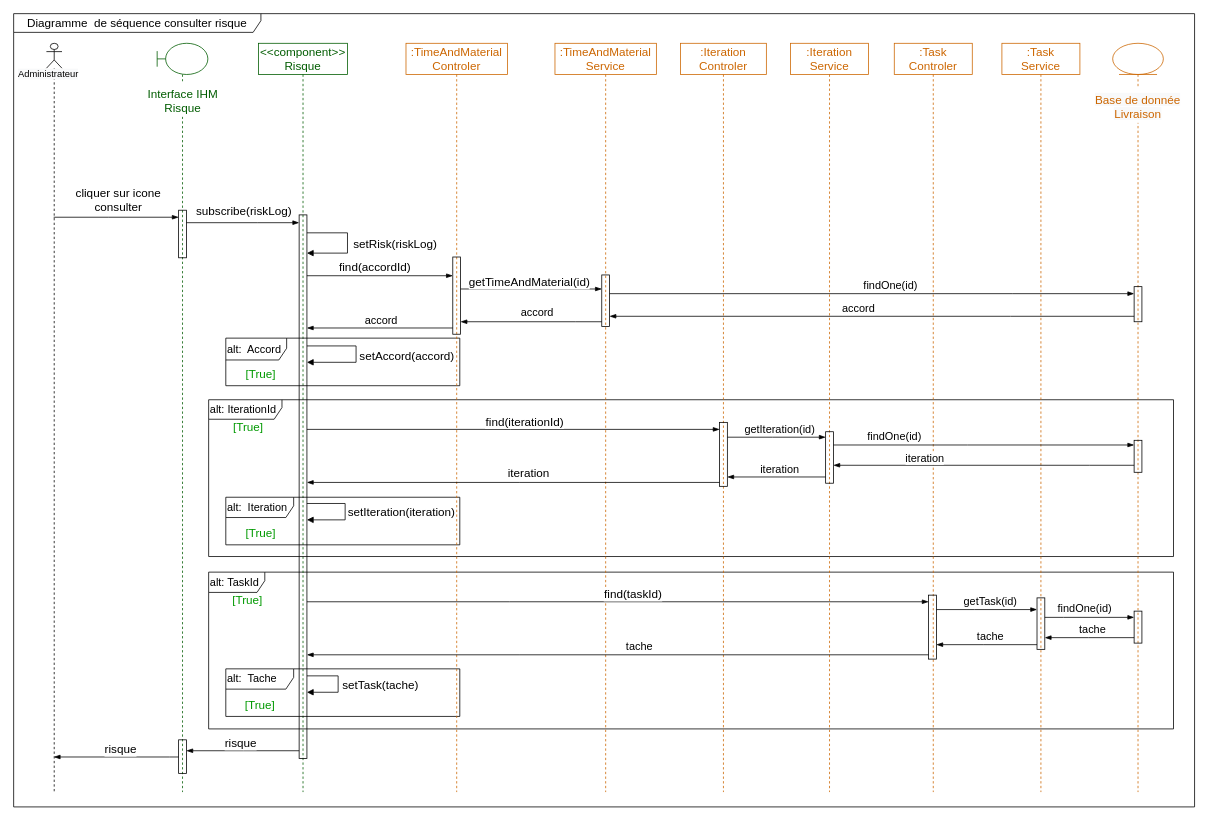
Above: page "Page-2" (2 of 2) of Change_Risk/RiskDiagrammeSequence.drawio in ZidiMedAmine/UML (draw.io), before the change. Source tidied: cells renumbered, new cells numbered last; positions are measured from the earlier drawing's top-left corner, leaving out a move shared by most shapes. Both pictures are drawn from the tidied source at 78%, with x=0, y=0 at pixel (13, 13).
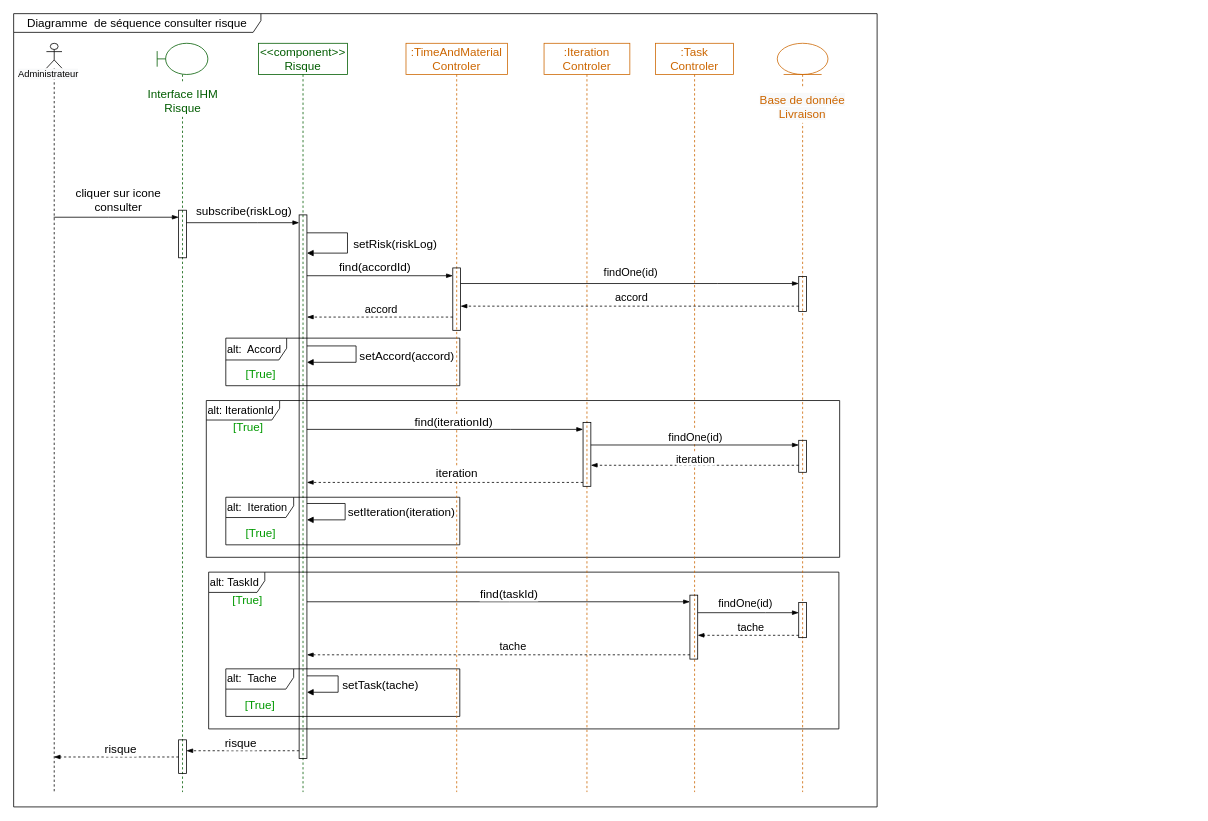
After the change.

Commit message:
Mettre à jour RiskDiagrammeSequence.drawio

Unchanged cells that the change refers to:
```xml
<mxCell id="4" style="shape=umlLifeline;participant=umlActor;perimeter=lifelinePerimeter;whiteSpace=wrap;html=1;verticalAlign=top;spacingTop=36;outlineConnect=0;fillColor=none;size=32;sketch=0;shadow=0;rounded=0;glass=0;" parent="1" vertex="1">
  <mxGeometry x="42" y="38" width="20" height="960" as="geometry" />
</mxCell>
<mxCell id="8" style="html=1;points=[];perimeter=orthogonalPerimeter;rounded=0;shadow=0;glass=0;sketch=0;fontSize=15;fillColor=none;" parent="6" vertex="1">
  <mxGeometry x="27.5" y="893" width="10" height="43" as="geometry" />
</mxCell>
<mxCell id="13" value="&amp;lt;&amp;lt;component&amp;gt;&amp;gt;&lt;br&gt;Risque" style="shape=umlLifeline;perimeter=lifelinePerimeter;whiteSpace=wrap;html=1;rounded=0;shadow=0;glass=0;sketch=0;fillColor=none;fontSize=15;fontColor=#005C00;strokeColor=#005C00;" parent="1" vertex="1">
  <mxGeometry x="314" y="38" width="114" height="960" as="geometry" />
</mxCell>
<mxCell id="18" style="html=1;points=[];perimeter=orthogonalPerimeter;fontSize=15;fillColor=none;rounded=0;shadow=0;glass=0;sketch=0;" parent="13" vertex="1">
  <mxGeometry x="52" y="220" width="10" height="697" as="geometry" />
</mxCell>
<mxCell id="33" value=":TimeAndMaterial&lt;br&gt;Controler" style="shape=umlLifeline;perimeter=lifelinePerimeter;whiteSpace=wrap;html=1;rounded=0;shadow=0;glass=0;sketch=0;fillColor=none;fontSize=15;fontColor=#CC6600;strokeColor=#CC6600;" parent="1" vertex="1">
  <mxGeometry x="503" y="38" width="130" height="960" as="geometry" />
</mxCell>
<mxCell id="40" style="html=1;points=[];perimeter=orthogonalPerimeter;rounded=0;shadow=0;glass=0;sketch=0;fontSize=15;fillColor=none;" parent="37" vertex="1">
  <mxGeometry x="27.5" y="509" width="10" height="41" as="geometry" />
</mxCell>
<mxCell id="43" style="html=1;points=[];perimeter=orthogonalPerimeter;rounded=0;shadow=0;glass=0;sketch=0;fontSize=15;fillColor=none;" parent="42" vertex="1">
  <mxGeometry x="50" y="486" width="10" height="82" as="geometry" />
</mxCell>
<mxCell id="47" style="html=1;points=[];perimeter=orthogonalPerimeter;rounded=0;shadow=0;glass=0;sketch=0;fontSize=15;fillColor=none;" parent="46" vertex="1">
  <mxGeometry x="44" y="707.5" width="10" height="82" as="geometry" />
</mxCell>
```

What changed in the source:
```diff
@@
+    <mxCell id="15" value="alt: IterationId" style="shape=umlFrame;whiteSpace=wrap;html=1;labelBackgroundColor=none;fontSize=14;fontColor=#000000;strokeColor=#000000;fillColor=none;width=94;height=25;align=left;" parent="1" vertex="1">
+      <mxGeometry x="247" y="496" width="812" height="201" as="geometry" />
+    </mxCell>
     <mxCell id="2" value="Diagramme&amp;nbsp; de séquence consulter&amp;nbsp;&lt;span style=&quot;background-color: rgb(255, 255, 255);&quot;&gt;risque&lt;/span&gt;" style="shape=umlFrame;whiteSpace=wrap;html=1;rounded=0;shadow=0;glass=0;sketch=0;fontSize=15;fillColor=none;width=317;height=24;" parent="1" vertex="1">
-      <mxGeometry width="1514" height="1017" as="geometry" />
+      <mxGeometry width="1107" height="1017" as="geometry" />
     </mxCell>
     <mxCell id="3" value="alt: TaskId" style="shape=umlFrame;whiteSpace=wrap;html=1;labelBackgroundColor=none;fontSize=14;fontColor=#000000;strokeColor=#000000;fillColor=none;width=72;height=26;align=left;" parent="1" vertex="1">
-      <mxGeometry x="250" y="716" width="1237" height="201" as="geometry" />
+      <mxGeometry x="250" y="716" width="808" height="201" as="geometry" />
     </mxCell>
@@
-    <mxCell id="15" value="alt: IterationId" style="shape=umlFrame;whiteSpace=wrap;html=1;labelBackgroundColor=none;fontSize=14;fontColor=#000000;strokeColor=#000000;fillColor=none;width=94;height=25;align=left;" parent="13" vertex="1">
-      <mxGeometry x="-64" y="457" width="1237" height="201" as="geometry" />
-    </mxCell>
@@
     <mxCell id="34" style="html=1;points=[];perimeter=orthogonalPerimeter;rounded=0;shadow=0;glass=0;sketch=0;fontSize=15;fillColor=none;" parent="33" vertex="1">
-      <mxGeometry x="60" y="274" width="10" height="99" as="geometry" />
+      <mxGeometry x="60" y="288" width="10" height="80" as="geometry" />
     </mxCell>
-    <mxCell id="35" value=":TimeAndMaterial&lt;br&gt;Service" style="shape=umlLifeline;perimeter=lifelinePerimeter;whiteSpace=wrap;html=1;rounded=0;shadow=0;glass=0;sketch=0;fillColor=none;fontSize=15;fontColor=#CC6600;strokeColor=#CC6600;" parent="1" vertex="1">
-      <mxGeometry x="694" y="38" width="130" height="960" as="geometry" />
-    </mxCell>
-    <mxCell id="36" style="html=1;points=[];perimeter=orthogonalPerimeter;rounded=0;shadow=0;glass=0;sketch=0;fontSize=15;fillColor=none;" parent="35" vertex="1">
-      <mxGeometry x="60" y="297" width="10" height="66" as="geometry" />
-    </mxCell>
     <mxCell id="37" style="shape=umlLifeline;participant=umlEntity;perimeter=lifelinePerimeter;whiteSpace=wrap;html=1;verticalAlign=top;spacingTop=36;rounded=0;shadow=0;glass=0;sketch=0;fontSize=15;fillColor=none;fontColor=#CC6600;strokeColor=#CC6600;" parent="1" vertex="1">
-      <mxGeometry x="1409" y="38" width="65" height="960" as="geometry" />
+      <mxGeometry x="979" y="38" width="65" height="960" as="geometry" />
     </mxCell>
     <mxCell id="38" style="html=1;points=[];perimeter=orthogonalPerimeter;rounded=0;shadow=0;glass=0;sketch=0;fontSize=15;fillColor=none;" parent="37" vertex="1">
-      <mxGeometry x="27.5" y="312" width="10" height="45" as="geometry" />
+      <mxGeometry x="27.5" y="299" width="10" height="45" as="geometry" />
     </mxCell>
@@
     <mxCell id="41" style="html=1;points=[];perimeter=orthogonalPerimeter;rounded=0;shadow=0;glass=0;sketch=0;fontSize=15;fillColor=none;" parent="37" vertex="1">
-      <mxGeometry x="27.5" y="728" width="10" height="41" as="geometry" />
+      <mxGeometry x="27.5" y="717" width="10" height="45" as="geometry" />
     </mxCell>
     <mxCell id="42" value=":Iteration&lt;br&gt;Controler" style="shape=umlLifeline;perimeter=lifelinePerimeter;whiteSpace=wrap;html=1;rounded=0;shadow=0;glass=0;sketch=0;fillColor=none;fontSize=15;fontColor=#CC6600;strokeColor=#CC6600;" parent="1" vertex="1">
-      <mxGeometry x="855" y="38" width="110" height="960" as="geometry" />
+      <mxGeometry x="680" y="38" width="110" height="960" as="geometry" />
     </mxCell>
@@
-    <mxCell id="44" value=":Iteration&lt;br&gt;Service" style="shape=umlLifeline;perimeter=lifelinePerimeter;whiteSpace=wrap;html=1;rounded=0;shadow=0;glass=0;sketch=0;fillColor=none;fontSize=15;fontColor=#CC6600;strokeColor=#CC6600;" parent="1" vertex="1">
-      <mxGeometry x="996" y="38" width="100" height="960" as="geometry" />
-    </mxCell>
-    <mxCell id="45" style="html=1;points=[];perimeter=orthogonalPerimeter;rounded=0;shadow=0;glass=0;sketch=0;fontSize=15;fillColor=none;" parent="44" vertex="1">
-      <mxGeometry x="45" y="498" width="10" height="66" as="geometry" />
-    </mxCell>
     <mxCell id="46" value=":Task&lt;br&gt;Controler" style="shape=umlLifeline;perimeter=lifelinePerimeter;whiteSpace=wrap;html=1;rounded=0;shadow=0;glass=0;sketch=0;fillColor=none;fontSize=15;fontColor=#CC6600;strokeColor=#CC6600;" parent="1" vertex="1">
-      <mxGeometry x="1129" y="38" width="100" height="960" as="geometry" />
+      <mxGeometry x="823" y="38" width="100" height="960" as="geometry" />
     </mxCell>
@@
-    <mxCell id="48" value=":Task&lt;br&gt;Service" style="shape=umlLifeline;perimeter=lifelinePerimeter;whiteSpace=wrap;html=1;rounded=0;shadow=0;glass=0;sketch=0;fillColor=none;fontSize=15;fontColor=#CC6600;strokeColor=#CC6600;" parent="1" vertex="1">
-      <mxGeometry x="1267" y="38" width="100" height="960" as="geometry" />
-    </mxCell>
-    <mxCell id="49" style="edgeStyle=elbowEdgeStyle;fontSize=12;html=1;endArrow=blockThin;endFill=1;rounded=0;fontColor=#005C00;" parent="1" edge="1" source="34" target="36">
-      <mxGeometry relative="1" as="geometry">
-        <Array as="points">
-          <mxPoint x="666" y="353" />
-        </Array>
-      </mxGeometry>
-    </mxCell>
-    <mxCell id="50" value="getTimeAndMaterial(id)" style="edgeLabel;html=1;align=center;verticalAlign=middle;fontColor=#000000;fontSize=15;" parent="49" vertex="1">
-      <mxGeometry x="-0.11" y="3" relative="1" as="geometry">
-        <mxPoint x="6" y="-7" as="offset" />
-      </mxGeometry>
-    </mxCell>
-    <mxCell id="51" style="edgeStyle=elbowEdgeStyle;fontSize=12;html=1;endArrow=blockThin;endFill=1;rounded=0;fontColor=#005C00;" parent="1" edge="1" source="36" target="38">
+    <mxCell id="51" style="edgeStyle=elbowEdgeStyle;fontSize=12;html=1;endArrow=blockThin;endFill=1;rounded=0;fontColor=#005C00;" parent="1" edge="1" source="34" target="38">
       <mxGeometry relative="1" as="geometry">
         <Array as="points">
-          <mxPoint x="1281" y="359" />
+          <mxPoint x="902" y="346" />
         </Array>
       </mxGeometry>
     </mxCell>
     <mxCell id="52" value="&lt;font color=&quot;#000000&quot; style=&quot;font-size: 14px;&quot;&gt;findOne(id)&lt;/font&gt;" style="edgeLabel;html=1;align=center;verticalAlign=middle;fontColor=#005C00;fontSize=14;" parent="51" vertex="1">
       <mxGeometry x="-0.32" relative="1" as="geometry">
-        <mxPoint x="130" y="-12" as="offset" />
+        <mxPoint x="70" y="-15" as="offset" />
       </mxGeometry>
     </mxCell>
-    <mxCell id="53" style="edgeStyle=elbowEdgeStyle;fontSize=12;html=1;endArrow=blockThin;endFill=1;rounded=0;fontColor=#000000;" parent="1" edge="1" source="38" target="36">
+    <mxCell id="53" style="edgeStyle=elbowEdgeStyle;fontSize=12;html=1;endArrow=blockThin;endFill=1;rounded=0;fontColor=#000000;dashed=1;" parent="1" edge="1" source="38" target="34">
       <mxGeometry relative="1" as="geometry">
         <Array as="points">
-          <mxPoint x="1278" y="388" />
+          <mxPoint x="789" y="375" />
         </Array>
       </mxGeometry>
     </mxCell>
     <mxCell id="54" value="accord" style="edgeLabel;html=1;align=center;verticalAlign=middle;fontSize=14;fontColor=#000000;" parent="53" vertex="1">
       <mxGeometry x="0.02" y="-3" relative="1" as="geometry">
-        <mxPoint x="-11" y="-8" as="offset" />
+        <mxPoint x="6" y="-9" as="offset" />
       </mxGeometry>
     </mxCell>
-    <mxCell id="55" style="edgeStyle=elbowEdgeStyle;fontSize=12;html=1;endArrow=blockThin;endFill=1;rounded=0;fontColor=#000000;" parent="1" edge="1" source="36" target="34">
-      <mxGeometry relative="1" as="geometry">
-        <Array as="points">
-          <mxPoint x="720" y="395" />
-        </Array>
-      </mxGeometry>
-    </mxCell>
-    <mxCell id="56" value="accord" style="edgeLabel;html=1;align=center;verticalAlign=middle;fontSize=14;fontColor=#000000;" parent="55" vertex="1">
-      <mxGeometry x="0.2" y="2" relative="1" as="geometry">
-        <mxPoint x="25" y="-15" as="offset" />
-      </mxGeometry>
-    </mxCell>
-    <mxCell id="57" style="edgeStyle=elbowEdgeStyle;fontSize=12;html=1;endArrow=blockThin;endFill=1;rounded=0;fontColor=#000000;" parent="1" edge="1" source="34" target="18">
+    <mxCell id="57" style="edgeStyle=elbowEdgeStyle;fontSize=12;html=1;endArrow=blockThin;endFill=1;rounded=0;fontColor=#000000;dashed=1;" parent="1" edge="1" source="34" target="18">
       <mxGeometry relative="1" as="geometry">
         <Array as="points">
-          <mxPoint x="468" y="403" />
+          <mxPoint x="426" y="389" />
         </Array>
       </mxGeometry>
     </mxCell>
@@
-    <mxCell id="61" style="edgeStyle=elbowEdgeStyle;fontSize=12;html=1;endArrow=blockThin;endFill=1;rounded=0;fontColor=#000000;" parent="1" edge="1" source="43" target="45">
-      <mxGeometry relative="1" as="geometry">
-        <Array as="points">
-          <mxPoint x="973" y="543" />
-        </Array>
-      </mxGeometry>
-    </mxCell>
-    <mxCell id="62" value="&lt;span style=&quot;font-size: 14px;&quot;&gt;getIteration(id)&lt;/span&gt;" style="edgeLabel;html=1;align=center;verticalAlign=middle;fontSize=15;fontColor=#000000;" parent="61" vertex="1">
-      <mxGeometry x="0.3" y="2" relative="1" as="geometry">
-        <mxPoint x="-16" y="-10" as="offset" />
-      </mxGeometry>
-    </mxCell>
-    <mxCell id="63" style="edgeStyle=elbowEdgeStyle;fontSize=12;html=1;endArrow=blockThin;endFill=1;rounded=0;fontColor=#000000;" parent="1" edge="1" source="45" target="40">
+    <mxCell id="63" style="edgeStyle=elbowEdgeStyle;fontSize=12;html=1;endArrow=blockThin;endFill=1;rounded=0;fontColor=#000000;" parent="1" edge="1" source="43" target="40">
       <mxGeometry relative="1" as="geometry">
         <Array as="points">
-          <mxPoint x="1223" y="553" />
+          <mxPoint x="873" y="553" />
         </Array>
       </mxGeometry>
     </mxCell>
     <mxCell id="64" value="&lt;span style=&quot;font-size: 14px;&quot;&gt;findOne(id)&lt;/span&gt;" style="edgeLabel;html=1;align=center;verticalAlign=middle;fontSize=15;fontColor=#000000;" parent="63" vertex="1">
       <mxGeometry x="0.3" y="2" relative="1" as="geometry">
-        <mxPoint x="-174" y="-11" as="offset" />
+        <mxPoint x="-40" y="-10" as="offset" />
       </mxGeometry>
     </mxCell>
-    <mxCell id="65" style="edgeStyle=elbowEdgeStyle;fontSize=12;html=1;endArrow=blockThin;endFill=1;rounded=0;fontColor=#000000;" parent="1" edge="1" source="40" target="45">
+    <mxCell id="65" style="edgeStyle=elbowEdgeStyle;fontSize=12;html=1;endArrow=blockThin;endFill=1;rounded=0;fontColor=#000000;dashed=1;" parent="1" edge="1" source="40" target="43">
       <mxGeometry relative="1" as="geometry">
         <Array as="points">
-          <mxPoint x="1379" y="579" />
+          <mxPoint x="876" y="579" />
         </Array>
       </mxGeometry>
     </mxCell>
     <mxCell id="66" value="iteration" style="edgeLabel;html=1;align=center;verticalAlign=middle;fontSize=14;fontColor=#000000;" parent="65" vertex="1">
       <mxGeometry x="0.02" y="-3" relative="1" as="geometry">
-        <mxPoint x="-72" y="-7" as="offset" />
+        <mxPoint x="3" y="-6" as="offset" />
       </mxGeometry>
     </mxCell>
-    <mxCell id="67" style="edgeStyle=elbowEdgeStyle;fontSize=12;html=1;endArrow=blockThin;endFill=1;rounded=0;fontColor=#000000;" parent="1" edge="1" source="45" target="43">
-      <mxGeometry relative="1" as="geometry">
-        <Array as="points">
-          <mxPoint x="989" y="594" />
-        </Array>
-      </mxGeometry>
-    </mxCell>
-    <mxCell id="68" value="iteration" style="edgeLabel;html=1;align=center;verticalAlign=middle;fontSize=14;fontColor=#000000;" parent="67" vertex="1">
-      <mxGeometry x="0.2" y="2" relative="1" as="geometry">
-        <mxPoint x="16" y="-13" as="offset" />
-      </mxGeometry>
-    </mxCell>
-    <mxCell id="69" style="edgeStyle=elbowEdgeStyle;fontSize=12;html=1;endArrow=blockThin;endFill=1;rounded=0;fontColor=#000000;" parent="1" edge="1" source="43" target="18">
+    <mxCell id="69" style="edgeStyle=elbowEdgeStyle;fontSize=12;html=1;endArrow=blockThin;endFill=1;rounded=0;fontColor=#000000;dashed=1;" parent="1" edge="1" source="43" target="18">
       <mxGeometry relative="1" as="geometry">
         <Array as="points">
           <mxPoint x="649" y="601" />
         </Array>
       </mxGeometry>
     </mxCell>
@@
-    <mxCell id="73" style="html=1;points=[];perimeter=orthogonalPerimeter;rounded=0;shadow=0;glass=0;sketch=0;fontSize=15;fillColor=none;" parent="1" vertex="1">
-      <mxGeometry x="1312" y="749" width="10" height="66" as="geometry" />
-    </mxCell>
@@
-    <mxCell id="76" style="edgeStyle=elbowEdgeStyle;fontSize=12;html=1;endArrow=blockThin;endFill=1;rounded=0;fontColor=#000000;" parent="1" edge="1" source="47" target="73">
-      <mxGeometry relative="1" as="geometry">
-        <Array as="points">
-          <mxPoint x="1232" y="764" />
-        </Array>
-      </mxGeometry>
-    </mxCell>
-    <mxCell id="77" value="&lt;span style=&quot;font-size: 14px;&quot;&gt;getTask(id)&lt;/span&gt;" style="edgeLabel;html=1;align=center;verticalAlign=middle;fontSize=15;fontColor=#000000;" parent="76" vertex="1">
-      <mxGeometry x="0.3" y="2" relative="1" as="geometry">
-        <mxPoint x="-16" y="-10" as="offset" />
-      </mxGeometry>
-    </mxCell>
-    <mxCell id="78" style="edgeStyle=elbowEdgeStyle;fontSize=12;html=1;endArrow=blockThin;endFill=1;rounded=0;fontColor=#000000;" parent="1" edge="1" source="73" target="41">
+    <mxCell id="78" style="edgeStyle=elbowEdgeStyle;fontSize=12;html=1;endArrow=blockThin;endFill=1;rounded=0;fontColor=#000000;" parent="1" edge="1" source="47" target="41">
       <mxGeometry relative="1" as="geometry">
         <Array as="points">
-          <mxPoint x="1346" y="774" />
+          <mxPoint x="964" y="768" />
         </Array>
       </mxGeometry>
     </mxCell>
@@
-    <mxCell id="80" style="edgeStyle=elbowEdgeStyle;fontSize=12;html=1;endArrow=blockThin;endFill=1;rounded=0;fontColor=#000000;" parent="1" edge="1" source="41" target="73">
+    <mxCell id="80" style="edgeStyle=elbowEdgeStyle;fontSize=12;html=1;endArrow=blockThin;endFill=1;rounded=0;fontColor=#000000;dashed=1;" parent="1" edge="1" source="41" target="47">
       <mxGeometry relative="1" as="geometry">
         <Array as="points">
-          <mxPoint x="1378" y="800" />
+          <mxPoint x="981" y="797" />
         </Array>
       </mxGeometry>
     </mxCell>
@@
-    <mxCell id="82" style="edgeStyle=elbowEdgeStyle;fontSize=12;html=1;endArrow=blockThin;endFill=1;rounded=0;fontColor=#000000;" parent="1" edge="1" source="73" target="47">
-      <mxGeometry relative="1" as="geometry">
-        <Array as="points">
-          <mxPoint x="1243" y="809" />
-        </Array>
-      </mxGeometry>
-    </mxCell>
-    <mxCell id="83" value="tache" style="edgeLabel;html=1;align=center;verticalAlign=middle;fontSize=14;fontColor=#000000;" parent="82" vertex="1">
-      <mxGeometry x="0.2" y="2" relative="1" as="geometry">
-        <mxPoint x="16" y="-13" as="offset" />
-      </mxGeometry>
-    </mxCell>
-    <mxCell id="84" style="edgeStyle=elbowEdgeStyle;fontSize=12;html=1;endArrow=blockThin;endFill=1;rounded=0;fontColor=#000000;" parent="1" edge="1" source="47" target="18">
+    <mxCell id="84" style="edgeStyle=elbowEdgeStyle;fontSize=12;html=1;endArrow=blockThin;endFill=1;rounded=0;fontColor=#000000;dashed=1;" parent="1" edge="1" source="47" target="18">
       <mxGeometry relative="1" as="geometry">
         <Array as="points">
           <mxPoint x="648" y="822" />
         </Array>
       </mxGeometry>
     </mxCell>
@@
-    <mxCell id="86" style="edgeStyle=elbowEdgeStyle;fontSize=12;html=1;endArrow=blockThin;endFill=1;rounded=0;fontColor=#000000;" parent="1" edge="1" source="18" target="8">
+    <mxCell id="86" style="edgeStyle=elbowEdgeStyle;fontSize=12;html=1;endArrow=blockThin;endFill=1;rounded=0;fontColor=#000000;dashed=1;" parent="1" edge="1" source="18" target="8">
       <mxGeometry relative="1" as="geometry">
         <Array as="points">
           <mxPoint x="295" y="945" />
         </Array>
       </mxGeometry>
     </mxCell>
@@
-    <mxCell id="88" style="edgeStyle=elbowEdgeStyle;fontSize=12;html=1;endArrow=blockThin;endFill=1;rounded=0;fontColor=#000000;" parent="1" edge="1" source="8" target="4">
+    <mxCell id="88" style="edgeStyle=elbowEdgeStyle;fontSize=12;html=1;endArrow=blockThin;endFill=1;rounded=0;fontColor=#000000;dashed=1;" parent="1" edge="1" source="8" target="4">
       <mxGeometry relative="1" as="geometry">
         <Array as="points">
           <mxPoint x="200" y="953" />
         </Array>
       </mxGeometry>
     </mxCell>
```
